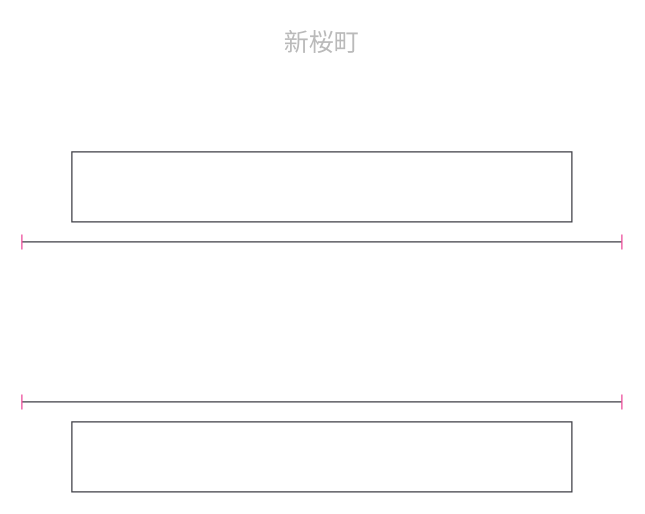
Earlier version of the draw.io diagram SourceAssets/Track/Network/NakatetsuTrafficControl/CircuitDiagram/drawio/NT03.drawio (neko3141592/Nakatetsu). Source tidied: cells renumbered, new cells numbered last; positions are measured from the earlier drawing's top-left corner, leaving out a move shared by most shapes. Both pictures are drawn from the tidied source at 125%, with x=0, y=0 at pixel (21, 21).
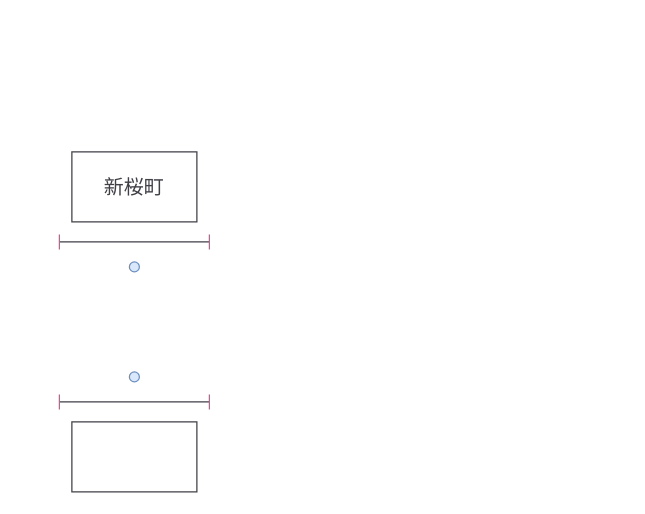
Above is the later version.

Change to the diagram source:
```diff
@@
 <mxGraphModel>
   <root>
     <mxCell id="0" />
     <mxCell id="1" parent="0" />
-    <mxCell id="2" value="新桜町" style="text;html=0;whiteSpace=wrap;strokeColor=none;fillColor=none;align=center;verticalAlign=middle;fontFamily=Arial;fontSize=20;fontColor=#BABABA;" parent="1" vertex="1">
-      <mxGeometry width="480" height="32" as="geometry" />
+    <mxCell id="2" value="新桜町" style="text;html=0;whiteSpace=wrap;strokeColor=none;fillColor=none;align=center;verticalAlign=middle;fontFamily=Arial;fontSize=16;fontColor=#3F3F46;" parent="1" vertex="1">
+      <mxGeometry x="40" y="116" width="100" height="32" as="geometry" />
     </mxCell>
     <mxCell id="3" style="rounded=0;whiteSpace=wrap;html=1;fillColor=none;strokeWidth=1;fontColor=#333333;strokeColor=#3F3F46;" parent="1" vertex="1">
-      <mxGeometry x="40" y="104" width="400" height="56" as="geometry" />
+      <mxGeometry x="40" y="104" width="100" height="56" as="geometry" />
     </mxCell>
     <mxCell id="4" style="rounded=0;whiteSpace=wrap;html=1;fillColor=none;strokeWidth=1;fontColor=#333333;strokeColor=#3F3F46;" parent="1" vertex="1">
-      <mxGeometry x="40" y="320" width="400" height="56" as="geometry" />
+      <mxGeometry x="40" y="320" width="100" height="56" as="geometry" />
     </mxCell>
     <mxCell id="5" style="endArrow=none;html=1;rounded=0;startSize=10;strokeWidth=1;strokeColor=#3F3F46;" parent="1" edge="1">
       <mxGeometry relative="1" as="geometry">
-        <mxPoint y="176" as="sourcePoint" />
-        <mxPoint x="480" y="176" as="targetPoint" />
+        <mxPoint x="30" y="176" as="sourcePoint" />
+        <mxPoint x="150" y="176" as="targetPoint" />
       </mxGeometry>
     </mxCell>
     <mxCell id="6" style="endArrow=none;html=1;rounded=0;startSize=10;strokeWidth=1;strokeColor=#3F3F46;" parent="1" edge="1">
       <mxGeometry relative="1" as="geometry">
-        <mxPoint y="304" as="sourcePoint" />
-        <mxPoint x="480" y="304" as="targetPoint" />
+        <mxPoint x="30" y="304" as="sourcePoint" />
+        <mxPoint x="150" y="304" as="targetPoint" />
       </mxGeometry>
     </mxCell>
     <mxCell id="7" style="endArrow=none;startArrow=none;html=0;strokeColor=#EC4899;strokeWidth=1;" parent="1" edge="1">
       <mxGeometry relative="1" as="geometry">
-        <mxPoint y="170" as="sourcePoint" />
-        <mxPoint y="182" as="targetPoint" />
+        <mxPoint x="30" y="170" as="sourcePoint" />
+        <mxPoint x="30" y="182" as="targetPoint" />
       </mxGeometry>
     </mxCell>
     <mxCell id="8" style="endArrow=none;startArrow=none;html=0;strokeColor=#EC4899;strokeWidth=1;" parent="1" edge="1">
       <mxGeometry relative="1" as="geometry">
-        <mxPoint x="480" y="170" as="sourcePoint" />
-        <mxPoint x="480" y="182" as="targetPoint" />
+        <mxPoint x="150" y="170" as="sourcePoint" />
+        <mxPoint x="150" y="182" as="targetPoint" />
       </mxGeometry>
     </mxCell>
     <mxCell id="9" style="endArrow=none;startArrow=none;html=0;strokeColor=#EC4899;strokeWidth=1;" parent="1" edge="1">
       <mxGeometry relative="1" as="geometry">
-        <mxPoint y="298" as="sourcePoint" />
-        <mxPoint y="310" as="targetPoint" />
+        <mxPoint x="30" y="298" as="sourcePoint" />
+        <mxPoint x="30" y="310" as="targetPoint" />
       </mxGeometry>
     </mxCell>
     <mxCell id="10" style="endArrow=none;startArrow=none;html=0;strokeColor=#EC4899;strokeWidth=1;" parent="1" edge="1">
       <mxGeometry relative="1" as="geometry">
-        <mxPoint x="480" y="298" as="sourcePoint" />
-        <mxPoint x="480" y="310" as="targetPoint" />
+        <mxPoint x="150" y="298" as="sourcePoint" />
+        <mxPoint x="150" y="310" as="targetPoint" />
       </mxGeometry>
     </mxCell>
+    <mxCell id="11" style="ellipse;whiteSpace=wrap;html=1;shapeInside=1;fillColor=#dae8fc;strokeColor=#6c8ebf;" parent="1" vertex="1">
+      <mxGeometry x="86" y="192" width="8" height="8" as="geometry" />
+    </mxCell>
+    <mxCell id="12" style="ellipse;whiteSpace=wrap;html=1;shapeInside=1;fillColor=#dae8fc;strokeColor=#6c8ebf;" parent="1" vertex="1">
+      <mxGeometry x="86" y="280" width="8" height="8" as="geometry" />
+    </mxCell>
   </root>
 </mxGraphModel>
```
